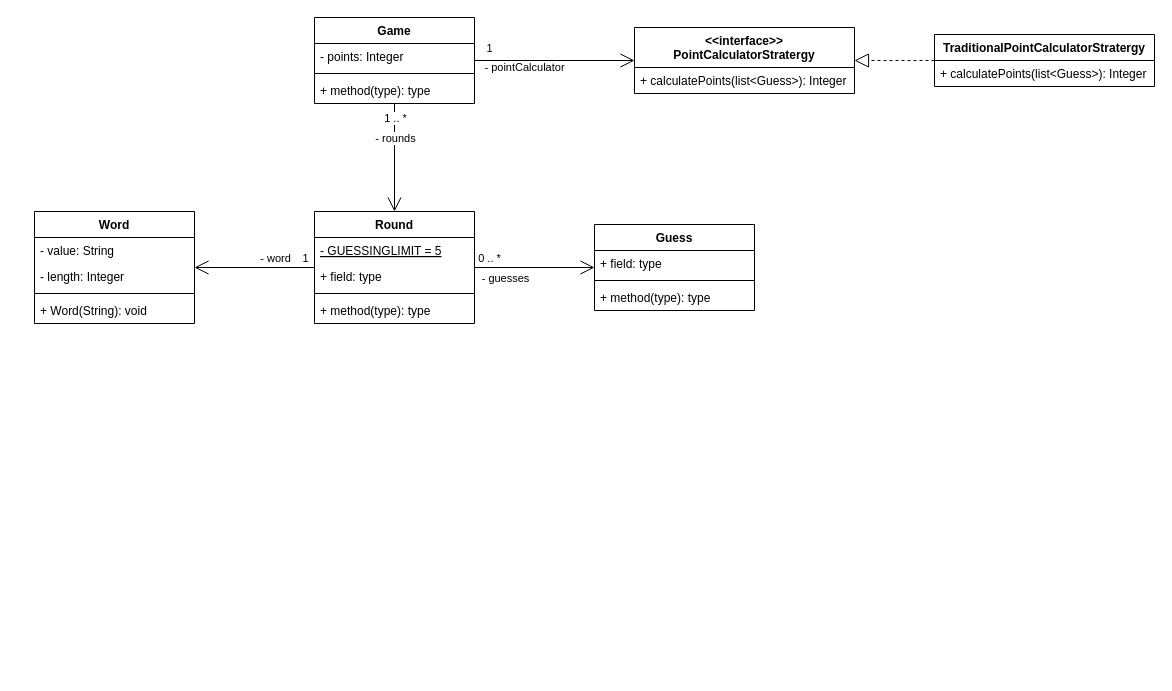
kaasbroodju/cisq1-lingo keeps this draw.io diagram as documentatie/lingo.drawio. Above is the earlier version. Source tidied: cells renumbered, new cells numbered last; positions are measured from the earlier drawing's top-left corner, leaving out a move shared by most shapes. Both pictures are drawn from the tidied source at 100%, with x=0, y=0 at pixel (34, 17).
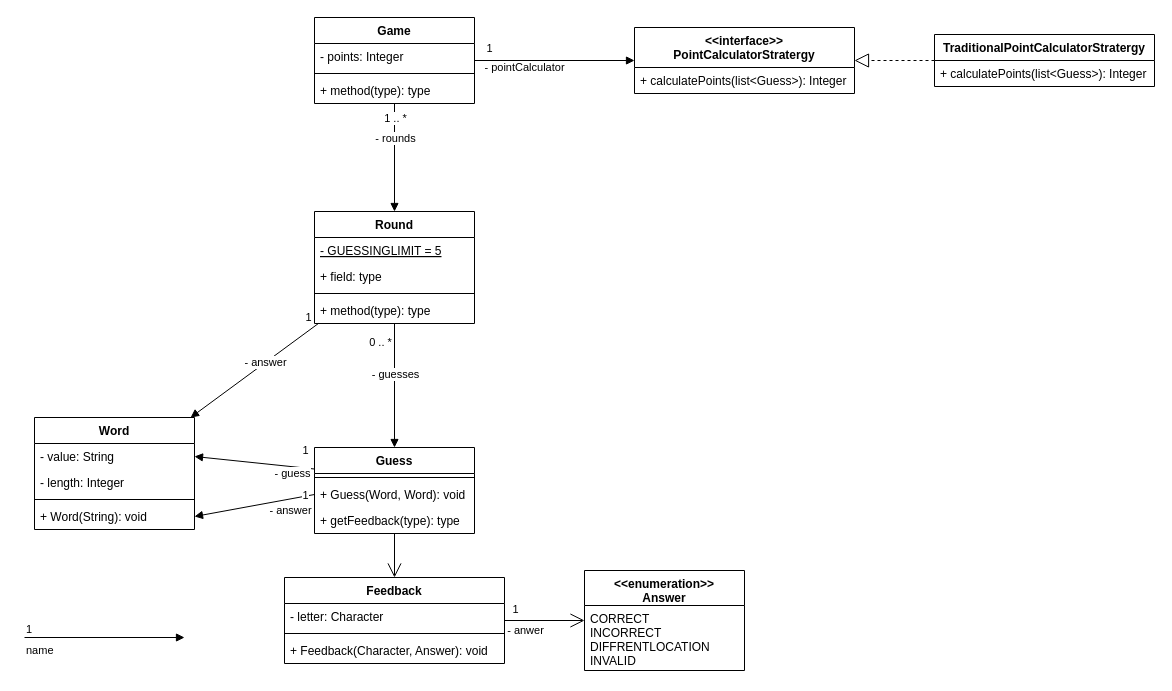
The same diagram, later.

Commit message (it also covers changes not shown here):
translation and domain model improved

The change refers to these unchanged cells:
```xml
<mxCell id="3" value="- value: String" style="text;strokeColor=none;fillColor=none;align=left;verticalAlign=top;spacingLeft=4;spacingRight=4;overflow=hidden;points=[[0,0.5],[1,0.5]];portConstraint=eastwest;" parent="2" vertex="1">
  <mxGeometry y="26" width="160" height="26" as="geometry" />
</mxCell>
<mxCell id="6" value="+ Word(String): void" style="text;strokeColor=none;fillColor=none;align=left;verticalAlign=top;spacingLeft=4;spacingRight=4;overflow=hidden;points=[[0,0.5],[1,0.5]];portConstraint=eastwest;" parent="2" vertex="1">
  <mxGeometry y="86" width="160" height="26" as="geometry" />
</mxCell>
<mxCell id="7" value="Game" style="swimlane;fontStyle=1;align=center;verticalAlign=top;horizontal=1;startSize=26;" parent="1" vertex="1">
  <mxGeometry x="280" width="160" height="86" as="geometry" />
</mxCell>
<mxCell id="11" value="Round" style="swimlane;fontStyle=1;align=center;verticalAlign=top;horizontal=1;startSize=26;" parent="1" vertex="1">
  <mxGeometry x="280" y="194" width="160" height="112" as="geometry" />
</mxCell>
<mxCell id="29" value="&lt;&lt;interface&gt;&gt;&#10;PointCalculatorStratergy" style="swimlane;fontStyle=1;align=center;verticalAlign=top;horizontal=1;startSize=40;" parent="1" vertex="1">
  <mxGeometry x="600" y="10" width="220" height="66" as="geometry" />
</mxCell>
```

What changed in the source:
```diff
@@
     <mxCell id="2" value="Word" style="swimlane;fontStyle=1;align=center;verticalAlign=top;horizontal=1;startSize=26;" parent="1" vertex="1">
-      <mxGeometry y="194" width="160" height="112" as="geometry" />
+      <mxGeometry y="400" width="160" height="112" as="geometry" />
     </mxCell>
@@
     <mxCell id="16" value="Guess" style="swimlane;fontStyle=1;align=center;verticalAlign=top;horizontal=1;startSize=26;" parent="1" vertex="1">
-      <mxGeometry x="560" y="207" width="160" height="86" as="geometry" />
+      <mxGeometry x="280" y="430" width="160" height="86" as="geometry" />
     </mxCell>
-    <mxCell id="17" value="+ field: type" style="text;strokeColor=none;fillColor=none;align=left;verticalAlign=top;spacingLeft=4;spacingRight=4;overflow=hidden;" parent="16" vertex="1">
-      <mxGeometry y="26" width="160" height="26" as="geometry" />
-    </mxCell>
     <mxCell id="18" style="line;strokeWidth=1;fillColor=none;align=left;verticalAlign=middle;spacingTop=-1;spacingLeft=3;spacingRight=3;labelPosition=right;" parent="16" vertex="1">
-      <mxGeometry y="52" width="160" height="8" as="geometry" />
+      <mxGeometry y="26" width="160" height="8" as="geometry" />
     </mxCell>
-    <mxCell id="19" value="+ method(type): type" style="text;strokeColor=none;fillColor=none;align=left;verticalAlign=top;spacingLeft=4;spacingRight=4;overflow=hidden;points=[[0,0.5],[1,0.5]];portConstraint=eastwest;" parent="16" vertex="1">
-      <mxGeometry y="60" width="160" height="26" as="geometry" />
+    <mxCell id="19" value="+ Guess(Word, Word): void" style="text;strokeColor=none;fillColor=none;align=left;verticalAlign=top;spacingLeft=4;spacingRight=4;overflow=hidden;points=[[0,0.5],[1,0.5]];portConstraint=eastwest;" parent="16" vertex="1">
+      <mxGeometry y="34" width="160" height="26" as="geometry" />
     </mxCell>
+    <mxCell id="37" value="+ getFeedback(type): type" style="text;strokeColor=none;fillColor=none;align=left;verticalAlign=top;spacingLeft=4;spacingRight=4;overflow=hidden;" parent="16" vertex="1">
+      <mxGeometry y="60" width="160" height="26" as="geometry" />
+    </mxCell>
-    <mxCell id="20" style="endArrow=open;endFill=1;endSize=12;html=1;" parent="1" edge="1" source="7" target="11">
+    <mxCell id="20" style="endArrow=block;endFill=1;endSize=6;html=1;" parent="1" edge="1" source="7" target="11">
       <mxGeometry relative="1" as="geometry" />
     </mxCell>
@@
-    <mxCell id="23" style="endArrow=open;endFill=1;endSize=12;html=1;" parent="1" edge="1" source="11" target="2">
+    <mxCell id="23" style="endArrow=block;endFill=1;endSize=6;html=1;" parent="1" edge="1" source="11" target="2">
       <mxGeometry relative="1" as="geometry" />
     </mxCell>
-    <mxCell id="24" value="- word" style="edgeLabel;html=1;align=center;verticalAlign=middle;" parent="23" vertex="1">
+    <mxCell id="24" value="- answer" style="edgeLabel;html=1;align=center;verticalAlign=middle;" parent="23" vertex="1">
       <mxGeometry x="-0.41" relative="1" as="geometry">
-        <mxPoint x="-5" y="-10" as="offset" />
+        <mxPoint x="-16" y="11.1" as="offset" />
       </mxGeometry>
     </mxCell>
     <mxCell id="25" value="1" style="edgeLabel;html=1;align=center;verticalAlign=middle;" parent="23" vertex="1">
       <mxGeometry x="-0.62" y="1" relative="1" as="geometry">
-        <mxPoint x="13" y="-11" as="offset" />
+        <mxPoint x="13" y="-24.6" as="offset" />
       </mxGeometry>
     </mxCell>
-    <mxCell id="26" style="endArrow=open;endFill=1;endSize=12;html=1;" parent="1" edge="1" source="11" target="16">
+    <mxCell id="26" style="endArrow=block;endFill=1;endSize=6;html=1;" parent="1" edge="1" source="11" target="16">
       <mxGeometry relative="1" as="geometry" />
     </mxCell>
@@
     <mxCell id="28" value="- guesses" style="edgeLabel;html=1;align=center;verticalAlign=middle;" parent="26" vertex="1">
       <mxGeometry x="0.1" relative="1" as="geometry">
-        <mxPoint x="-36" y="10" as="offset" />
+        <mxPoint y="-18" as="offset" />
       </mxGeometry>
     </mxCell>
@@
-    <mxCell id="35" value="- pointCalculator" style="endArrow=open;endFill=1;endSize=12;html=1;" parent="1" edge="1" source="7" target="29">
+    <mxCell id="35" value="- pointCalculator" style="endArrow=block;endFill=1;endSize=6;html=1;" parent="1" edge="1" source="7" target="29">
       <mxGeometry x="-0.38" y="-7" relative="1" as="geometry" />
     </mxCell>
@@
+    <mxCell id="38" value="&lt;&lt;enumeration&gt;&gt;&#10;Answer" style="swimlane;fontStyle=1;align=center;verticalAlign=top;horizontal=1;startSize=35;" parent="1" vertex="1">
+      <mxGeometry x="550" y="553" width="160" height="100" as="geometry" />
+    </mxCell>
+    <mxCell id="39" value="CORRECT&#10;INCORRECT&#10;DIFFRENTLOCATION&#10;INVALID" style="text;strokeColor=none;fillColor=none;align=left;verticalAlign=top;spacingLeft=4;spacingRight=4;overflow=hidden;" parent="38" vertex="1">
+      <mxGeometry y="35" width="160" height="65" as="geometry" />
+    </mxCell>
+    <mxCell id="40" value="Feedback" style="swimlane;fontStyle=1;align=center;verticalAlign=top;horizontal=1;startSize=26;" parent="1" vertex="1">
+      <mxGeometry x="250" y="560" width="220" height="86" as="geometry" />
+    </mxCell>
+    <mxCell id="41" value="- letter: Character" style="text;strokeColor=none;fillColor=none;align=left;verticalAlign=top;spacingLeft=4;spacingRight=4;overflow=hidden;" parent="40" vertex="1">
+      <mxGeometry y="26" width="220" height="26" as="geometry" />
+    </mxCell>
+    <mxCell id="42" style="line;strokeWidth=1;fillColor=none;align=left;verticalAlign=middle;spacingTop=-1;spacingLeft=3;spacingRight=3;labelPosition=right;" parent="40" vertex="1">
+      <mxGeometry y="52" width="220" height="8" as="geometry" />
+    </mxCell>
+    <mxCell id="43" value="+ Feedback(Character, Answer): void" style="text;strokeColor=none;fillColor=none;align=left;verticalAlign=top;spacingLeft=4;spacingRight=4;overflow=hidden;" parent="40" vertex="1">
+      <mxGeometry y="60" width="220" height="26" as="geometry" />
+    </mxCell>
+    <mxCell id="44" style="endArrow=block;endFill=1;endSize=6;html=1;entryX=1;entryY=0.5;entryDx=0;entryDy=0;exitX=0;exitY=0.25;exitDx=0;exitDy=0;" parent="1" edge="1" source="16" target="3">
+      <mxGeometry relative="1" as="geometry" />
+    </mxCell>
+    <mxCell id="45" value="- guess" style="edgeLabel;html=1;align=center;verticalAlign=middle;" parent="44" vertex="1">
+      <mxGeometry x="-0.12" relative="1" as="geometry">
+        <mxPoint x="30" y="9" as="offset" />
+      </mxGeometry>
+    </mxCell>
+    <mxCell id="46" value="1" style="edgeLabel;html=1;align=center;verticalAlign=middle;" parent="44" vertex="1">
+      <mxGeometry x="0.23" y="-1" relative="1" as="geometry">
+        <mxPoint x="64" y="-10" as="offset" />
+      </mxGeometry>
+    </mxCell>
+    <mxCell id="47" style="endArrow=block;endFill=1;endSize=6;html=1;entryX=1;entryY=0.5;entryDx=0;entryDy=0;exitX=0;exitY=0.5;exitDx=0;exitDy=0;" parent="1" edge="1" source="19" target="6">
+      <mxGeometry relative="1" as="geometry" />
+    </mxCell>
+    <mxCell id="48" value="- answer" style="edgeLabel;html=1;align=center;verticalAlign=middle;" parent="47" vertex="1">
+      <mxGeometry x="-0.32" y="-2" relative="1" as="geometry">
+        <mxPoint x="16" y="10" as="offset" />
+      </mxGeometry>
+    </mxCell>
+    <mxCell id="49" value="1" style="edgeLabel;html=1;align=center;verticalAlign=middle;" parent="47" vertex="1">
+      <mxGeometry x="-0.18" y="1" relative="1" as="geometry">
+        <mxPoint x="39" y="-10" as="offset" />
+      </mxGeometry>
+    </mxCell>
+    <mxCell id="50" style="endArrow=open;endFill=1;endSize=12;html=1;" parent="1" edge="1" source="40" target="38">
+      <mxGeometry relative="1" as="geometry" />
+    </mxCell>
+    <mxCell id="51" value="- anwer" style="edgeLabel;html=1;align=center;verticalAlign=middle;" parent="50" vertex="1">
+      <mxGeometry x="-0.47" y="-2" relative="1" as="geometry">
+        <mxPoint x="-1" y="7" as="offset" />
+      </mxGeometry>
+    </mxCell>
+    <mxCell id="52" value="1" style="edgeLabel;html=1;align=center;verticalAlign=middle;" parent="50" vertex="1">
+      <mxGeometry x="-0.16" relative="1" as="geometry">
+        <mxPoint x="-24" y="-12" as="offset" />
+      </mxGeometry>
+    </mxCell>
+    <mxCell id="53" style="endArrow=open;endFill=1;endSize=12;html=1;" parent="1" edge="1" source="16" target="40">
+      <mxGeometry relative="1" as="geometry" />
+    </mxCell>
+    <mxCell id="54" value="name" style="endArrow=block;endFill=1;html=1;edgeStyle=orthogonalEdgeStyle;align=left;verticalAlign=top;" parent="1" edge="1">
+      <mxGeometry x="-1" relative="1" as="geometry">
+        <mxPoint x="-10" y="620" as="sourcePoint" />
+        <mxPoint x="150" y="620" as="targetPoint" />
+      </mxGeometry>
+    </mxCell>
+    <mxCell id="55" value="1" style="edgeLabel;html=1;align=left;verticalAlign=bottom;" parent="54" vertex="1">
+      <mxGeometry x="-1" relative="1" as="geometry" />
+    </mxCell>
```
